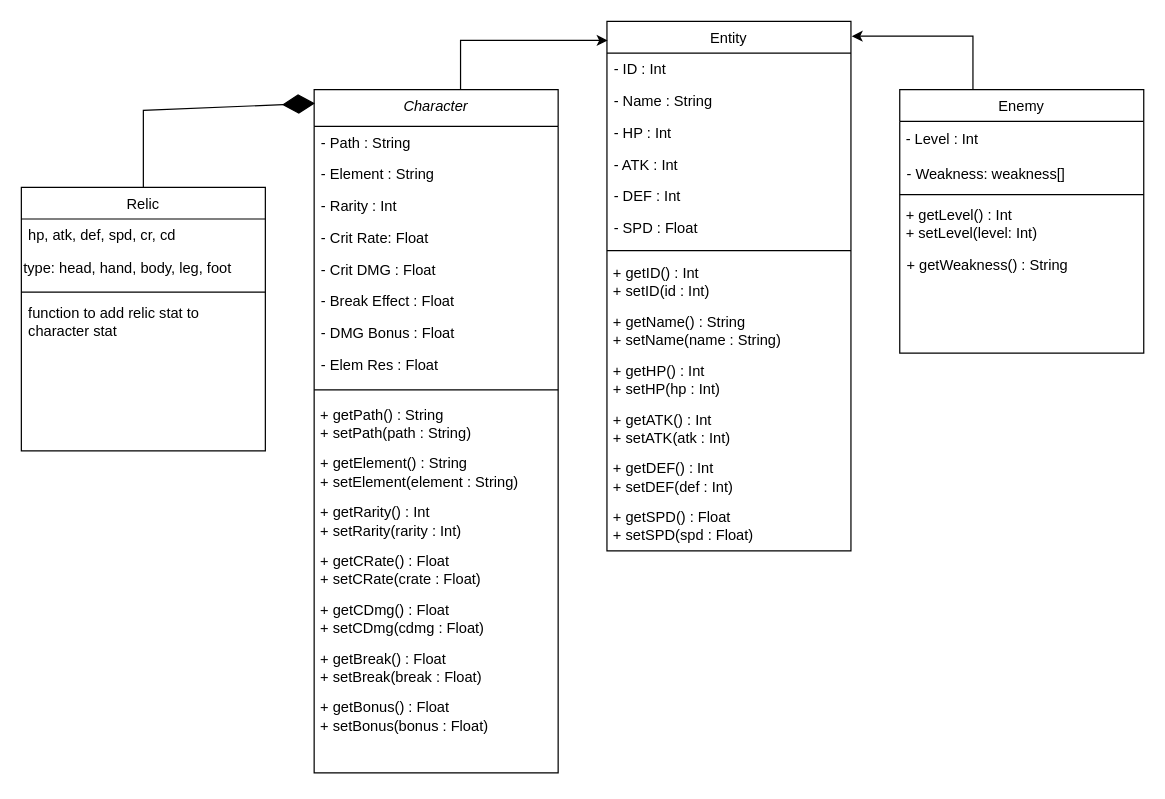
YourfriendTutu/HSR_Dmg_Calc keeps this draw.io diagram as HSR UML.drawio. Above is the earlier version. Source tidied: cells renumbered, new cells numbered last; positions are measured from the earlier drawing's top-left corner, leaving out a move shared by most shapes. Both pictures are drawn from the tidied source at 122%, with x=0, y=0 at pixel (21, 21).
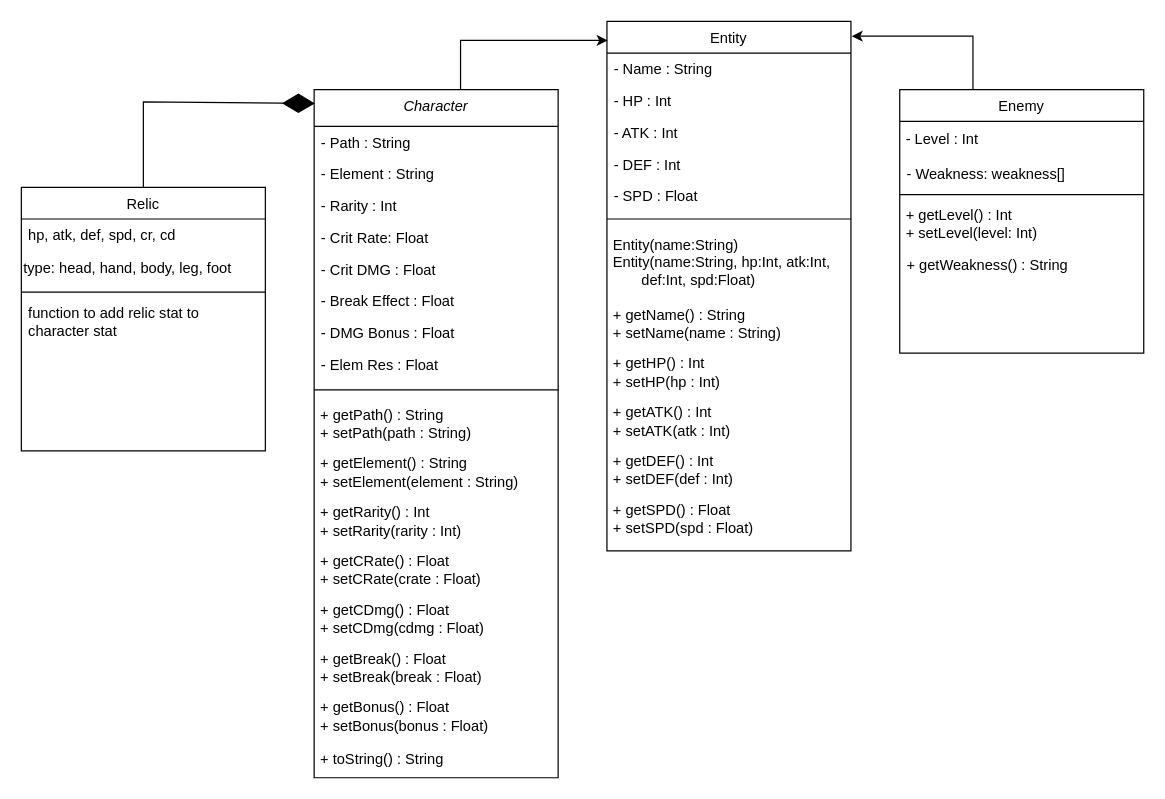
The same diagram, later.

Unchanged cells that the change refers to:
```xml
<mxCell id="19" value="Entity" style="swimlane;fontStyle=0;align=center;verticalAlign=top;horizontal=1;startSize=26;rounded=0;shadow=0;strokeWidth=1;" parent="1" vertex="1">
  <mxGeometry x="480" width="200" height="434" as="geometry" />
</mxCell>
<mxCell id="41" value="Relic" style="swimlane;fontStyle=0;align=center;verticalAlign=top;horizontal=1;startSize=26;rounded=0;shadow=0;strokeWidth=1;" parent="1" vertex="1">
  <mxGeometry y="136" width="200" height="216" as="geometry" />
</mxCell>
```

The edit, as a diff of the source:
```diff
@@
     <mxCell id="2" value="Character" style="swimlane;fontStyle=2;align=center;verticalAlign=top;horizontal=1;startSize=30;rounded=0;shadow=0;strokeWidth=1;" parent="1" vertex="1">
-      <mxGeometry x="240" y="56" width="200" height="560" as="geometry" />
+      <mxGeometry x="240" y="56" width="200" height="564" as="geometry" />
     </mxCell>
@@
+    <mxCell id="47" value="&amp;nbsp;+ toString() : String" style="text;html=1;align=left;verticalAlign=middle;strokeColor=none;fillColor=none;" parent="2" vertex="1">
+      <mxGeometry y="534" width="200" height="30" as="geometry" />
+    </mxCell>
@@
-    <mxCell id="20" value="- ID : Int" style="text;align=left;verticalAlign=top;spacingLeft=4;spacingRight=4;overflow=hidden;" parent="19" vertex="1">
-      <mxGeometry y="26" width="200" height="26" as="geometry" />
-    </mxCell>
     <mxCell id="21" value="- Name : String" style="text;align=left;verticalAlign=top;spacingLeft=4;spacingRight=4;overflow=hidden;rounded=0;shadow=0;html=0;" parent="19" vertex="1">
-      <mxGeometry y="52" width="200" height="26" as="geometry" />
+      <mxGeometry y="26" width="200" height="26" as="geometry" />
     </mxCell>
     <mxCell id="22" value="- HP : Int" style="text;align=left;verticalAlign=top;spacingLeft=4;spacingRight=4;overflow=hidden;rounded=0;shadow=0;html=0;" parent="19" vertex="1">
-      <mxGeometry y="78" width="200" height="26" as="geometry" />
+      <mxGeometry y="52" width="200" height="26" as="geometry" />
     </mxCell>
     <mxCell id="23" value="- ATK : Int" style="text;align=left;verticalAlign=top;spacingLeft=4;spacingRight=4;overflow=hidden;rounded=0;shadow=0;html=0;" parent="19" vertex="1">
-      <mxGeometry y="104" width="200" height="26" as="geometry" />
+      <mxGeometry y="78" width="200" height="26" as="geometry" />
     </mxCell>
     <mxCell id="24" value="- DEF : Int" style="text;align=left;verticalAlign=top;spacingLeft=4;spacingRight=4;overflow=hidden;rounded=0;shadow=0;html=0;" parent="19" vertex="1">
-      <mxGeometry y="130" width="200" height="26" as="geometry" />
+      <mxGeometry y="104" width="200" height="26" as="geometry" />
     </mxCell>
     <mxCell id="25" value="- SPD : Float" style="text;align=left;verticalAlign=top;spacingLeft=4;spacingRight=4;overflow=hidden;rounded=0;shadow=0;html=0;" parent="19" vertex="1">
-      <mxGeometry y="156" width="200" height="26" as="geometry" />
+      <mxGeometry y="130" width="200" height="26" as="geometry" />
     </mxCell>
     <mxCell id="26" style="line;html=1;strokeWidth=1;align=left;verticalAlign=middle;spacingTop=-1;spacingLeft=3;spacingRight=3;labelPosition=right;" parent="19" vertex="1">
-      <mxGeometry y="182" width="200" height="12" as="geometry" />
+      <mxGeometry y="156" width="200" height="12" as="geometry" />
     </mxCell>
-    <mxCell id="27" value="&amp;nbsp;+ getID() : Int&lt;div&gt;&amp;nbsp;+ setID(id : Int)&lt;/div&gt;" style="text;html=1;align=left;verticalAlign=middle;strokeColor=none;fillColor=none;" parent="19" vertex="1">
-      <mxGeometry y="194" width="200" height="40" as="geometry" />
-    </mxCell>
+    <mxCell id="48" value="&lt;div&gt;&lt;span style=&quot;background-color: transparent; color: light-dark(rgb(0, 0, 0), rgb(255, 255, 255));&quot;&gt;&amp;nbsp;Entity(name:String)&lt;/span&gt;&lt;/div&gt;&amp;nbsp;Entity(name:String, hp:Int, atk:Int,&lt;div&gt;&lt;span style=&quot;white-space: pre;&quot;&gt;&#9;&lt;/span&gt;def:Int, spd:Float)&lt;/div&gt;" style="text;html=1;align=left;verticalAlign=middle;strokeColor=none;fillColor=none;" parent="19" vertex="1">
+      <mxGeometry y="168" width="200" height="60" as="geometry" />
+    </mxCell>
     <mxCell id="28" value="&amp;nbsp;+ getName() : String&lt;div&gt;&lt;div&gt;&amp;nbsp;+ setName(name : String)&lt;/div&gt;&lt;/div&gt;" style="text;html=1;align=left;verticalAlign=middle;strokeColor=none;fillColor=none;" parent="19" vertex="1">
-      <mxGeometry y="234" width="200" height="40" as="geometry" />
+      <mxGeometry y="228" width="200" height="40" as="geometry" />
     </mxCell>
     <mxCell id="29" value="&lt;div&gt;&amp;nbsp;+ getHP() : Int&lt;/div&gt;&lt;div&gt;&amp;nbsp;+ setHP(hp : Int)&lt;/div&gt;" style="text;html=1;align=left;verticalAlign=middle;strokeColor=none;fillColor=none;" parent="19" vertex="1">
-      <mxGeometry y="274" width="200" height="40" as="geometry" />
+      <mxGeometry y="268" width="200" height="40" as="geometry" />
     </mxCell>
     <mxCell id="30" value="&lt;div&gt;&amp;nbsp;+ getATK() : Int&lt;/div&gt;&lt;div&gt;&amp;nbsp;+ setATK(atk : Int)&lt;/div&gt;" style="text;html=1;align=left;verticalAlign=middle;strokeColor=none;fillColor=none;" parent="19" vertex="1">
-      <mxGeometry y="314" width="200" height="40" as="geometry" />
+      <mxGeometry y="308" width="200" height="40" as="geometry" />
     </mxCell>
     <mxCell id="31" value="&lt;div&gt;&amp;nbsp;+ getDEF() : Int&lt;/div&gt;&lt;div&gt;&amp;nbsp;+ setDEF(def : Int)&lt;/div&gt;" style="text;html=1;align=left;verticalAlign=middle;strokeColor=none;fillColor=none;" parent="19" vertex="1">
-      <mxGeometry y="354" width="200" height="40" as="geometry" />
+      <mxGeometry y="348" width="200" height="40" as="geometry" />
     </mxCell>
     <mxCell id="32" value="&lt;div&gt;&amp;nbsp;+ getSPD() : Float&lt;/div&gt;&lt;div&gt;&amp;nbsp;+ setSPD(spd : Float)&lt;/div&gt;" style="text;html=1;align=left;verticalAlign=middle;strokeColor=none;fillColor=none;" parent="19" vertex="1">
-      <mxGeometry y="394" width="200" height="40" as="geometry" />
+      <mxGeometry y="388" width="200" height="40" as="geometry" />
     </mxCell>
@@
     <mxCell id="46" style="endArrow=diamondThin;endFill=1;endSize=24;html=1;rounded=0;exitX=0.5;exitY=0;exitDx=0;exitDy=0;entryX=0.003;entryY=0.02;entryDx=0;entryDy=0;entryPerimeter=0;" parent="1" edge="1" source="41" target="2">
       <mxGeometry relative="1" as="geometry">
         <Array as="points">
-          <mxPoint x="100" y="73" />
+          <mxPoint x="100" y="66" />
         </Array>
       </mxGeometry>
     </mxCell>
```
